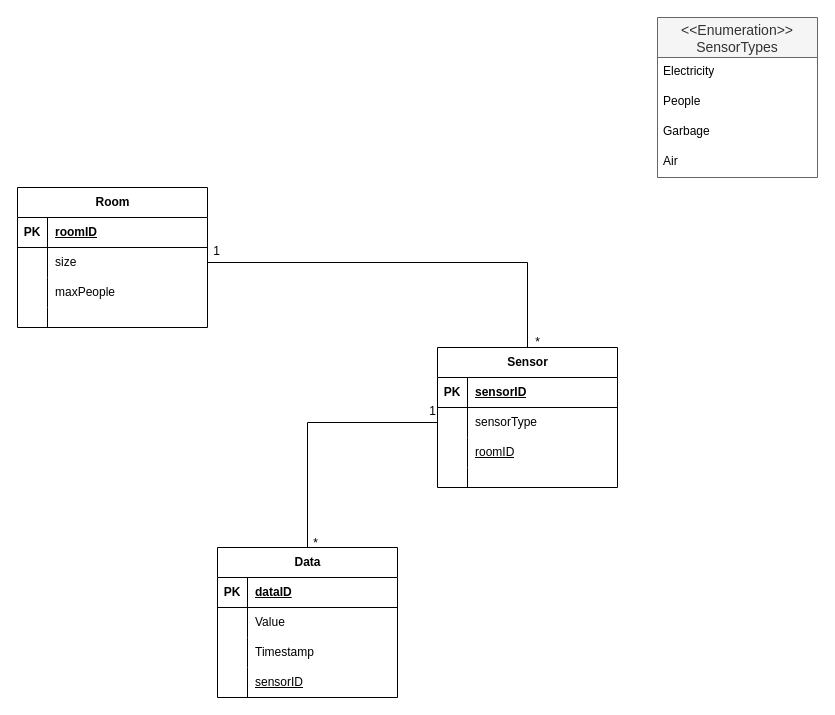
Before: Documentation/ecoMetrics.drawio in lukmay/ecoMetrix, a draw.io diagram. Source tidied: cells renumbered, new cells numbered last; positions are measured from the earlier drawing's top-left corner, leaving out a move shared by most shapes. Both pictures are drawn from the tidied source at 100%, with x=0, y=0 at pixel (17, 17).
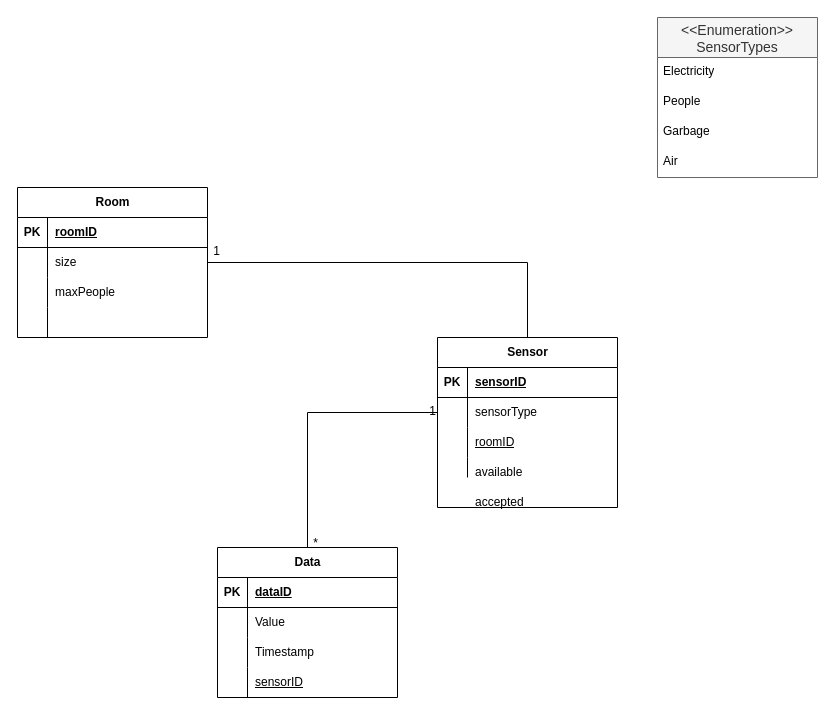
The same page after the edit.

Diff of the diagram source:
```diff
@@
     <mxCell id="2" value="Room" style="shape=table;startSize=30;childLayout=tableLayout;rowLines=0;fontStyle=1;align=center;html=1;" parent="1" vertex="1">
-      <mxGeometry y="170" width="190" height="140" as="geometry" />
+      <mxGeometry y="170" width="190" height="150" as="geometry" />
     </mxCell>
@@
     <mxCell id="12" style="shape=tableRow;horizontal=0;startSize=0;swimlaneHead=0;swimlaneBody=0;fillColor=none;top=0;left=0;right=0;bottom=0;" parent="2" vertex="1">
-      <mxGeometry y="120" width="190" height="20" as="geometry" />
+      <mxGeometry y="120" width="190" height="30" as="geometry" />
     </mxCell>
     <mxCell id="13" style="shape=partialRectangle;fillColor=none;top=0;left=0;bottom=0;right=0;overflow=hidden;whiteSpace=wrap;html=1;" parent="12" vertex="1">
-      <mxGeometry width="30" height="20" as="geometry" />
+      <mxGeometry width="30" height="30" as="geometry" />
     </mxCell>
     <mxCell id="14" style="shape=partialRectangle;fillColor=none;top=0;left=0;bottom=0;right=0;align=left;spacingLeft=6;overflow=hidden;whiteSpace=wrap;html=1;" parent="12" vertex="1">
-      <mxGeometry x="30" width="160" height="20" as="geometry" />
+      <mxGeometry x="30" width="160" height="30" as="geometry" />
     </mxCell>
@@
-    <mxCell id="39" style="shape=partialRectangle;fillColor=none;top=0;left=0;bottom=0;right=0;align=left;spacingLeft=6;overflow=hidden;whiteSpace=wrap;html=1;" parent="1" vertex="1">
-      <mxGeometry x="460" y="540" width="150" height="30" as="geometry" />
-    </mxCell>
-    <mxCell id="40" style="shape=partialRectangle;fillColor=none;top=0;left=0;bottom=0;right=0;align=left;spacingLeft=6;overflow=hidden;whiteSpace=wrap;html=1;" parent="1" vertex="1">
-      <mxGeometry x="480" y="541" width="150" height="30" as="geometry" />
-    </mxCell>
     <mxCell id="41" value="Sensor" style="shape=table;startSize=30;childLayout=tableLayout;rowLines=0;fontStyle=1;align=center;html=1;" parent="1" vertex="1">
-      <mxGeometry x="420" y="330" width="180" height="140" as="geometry" />
+      <mxGeometry x="420" y="320" width="180" height="170" as="geometry" />
     </mxCell>
@@
+    <mxCell id="54" value="available" style="shape=partialRectangle;fillColor=none;top=0;left=0;bottom=0;right=0;align=left;spacingLeft=6;overflow=hidden;whiteSpace=wrap;html=1;" parent="1" vertex="1">
+      <mxGeometry x="450" y="440" width="150" height="30" as="geometry" />
+    </mxCell>
+    <mxCell id="55" value="accepted" style="shape=partialRectangle;fillColor=none;top=0;left=0;bottom=0;right=0;align=left;spacingLeft=6;overflow=hidden;whiteSpace=wrap;html=1;" parent="1" vertex="1">
+      <mxGeometry x="450" y="470" width="150" height="30" as="geometry" />
+    </mxCell>
```
